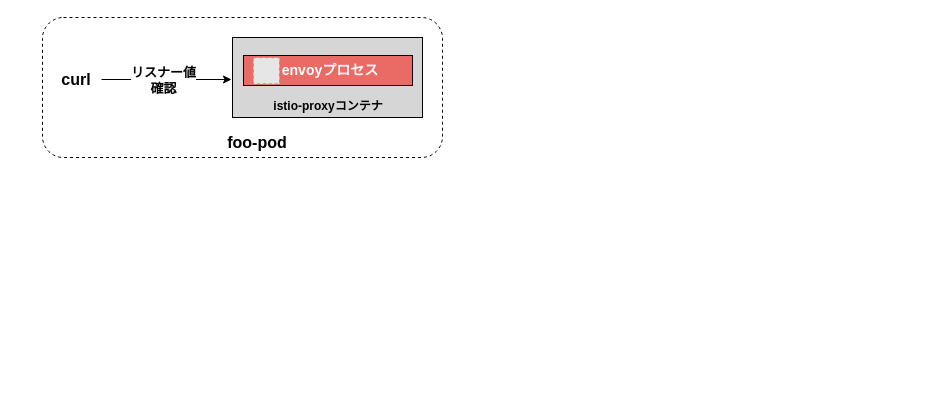
hiroki-it/tech-notebook_old keeps this draw.io diagram as page "kubectl-exec" (13 of 13) of images/drawio/istio/service-discovery_istio.drawio. Above is the earlier version. Source tidied: cells renumbered, new cells numbered last; positions are measured from the earlier drawing's top-left corner, leaving out a move shared by most shapes. Both pictures are drawn from the tidied source at 100%, with x=0, y=0 at pixel (42, 17). Pictures stored in the file or linked from it are replaced by grey dashed boxes.
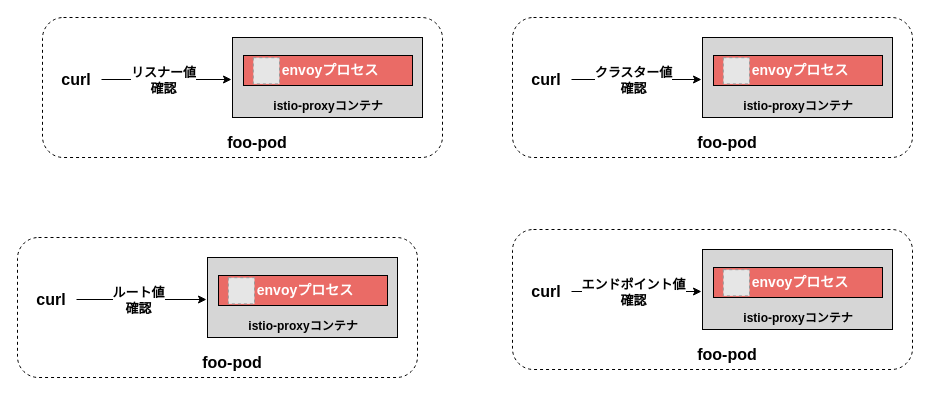
The same page after the edit.

Diff of the diagram source:
```diff
@@
+    <mxCell id="13" style="rounded=1;whiteSpace=wrap;html=1;fillColor=none;dashed=1;" parent="1" vertex="1">
+      <mxGeometry x="-25" y="220" width="400" height="140" as="geometry" />
+    </mxCell>
+    <mxCell id="14" style="rounded=0;whiteSpace=wrap;html=1;fillColor=#D6D6D6;" parent="1" vertex="1">
+      <mxGeometry x="165" y="240" width="190" height="80" as="geometry" />
+    </mxCell>
+    <mxCell id="15" value="istio-proxyコンテナ" style="text;html=1;strokeColor=none;fillColor=none;align=center;verticalAlign=middle;whiteSpace=wrap;rounded=0;labelBackgroundColor=none;fontColor=#000000;fontStyle=1;" parent="1" vertex="1">
+      <mxGeometry x="200.5" y="300" width="120" height="18" as="geometry" />
+    </mxCell>
+    <mxCell id="16" value="&lt;b style=&quot;font-size: 16px;&quot;&gt;foo-pod&lt;/b&gt;" style="text;html=1;strokeColor=none;fillColor=none;align=center;verticalAlign=middle;whiteSpace=wrap;rounded=0;dashed=1;fontStyle=0;fontSize=16;" parent="1" vertex="1">
+      <mxGeometry x="155" y="330" width="70" height="30" as="geometry" />
+    </mxCell>
+    <mxCell id="17" style="endArrow=classic;html=1;rounded=0;fontSize=15;fontStyle=1;exitX=1;exitY=0.5;exitDx=0;exitDy=0;" parent="1" edge="1" source="19">
+      <mxGeometry relative="1" as="geometry">
+        <mxPoint x="164" y="282" as="targetPoint" />
+      </mxGeometry>
+    </mxCell>
+    <mxCell id="18" value="ルート値&lt;br style=&quot;font-size: 13px;&quot;&gt;確認" style="edgeLabel;html=1;align=center;verticalAlign=middle;fontSize=13;fontStyle=1;" parent="17" vertex="1">
+      <mxGeometry x="-0.27" y="-1" relative="1" as="geometry">
+        <mxPoint x="14" y="-1" as="offset" />
+      </mxGeometry>
+    </mxCell>
+    <mxCell id="19" value="&lt;b&gt;curl&lt;/b&gt;" style="text;html=1;strokeColor=none;fillColor=none;align=center;verticalAlign=middle;whiteSpace=wrap;rounded=0;dashed=1;fontStyle=0;fontSize=16;" parent="1" vertex="1">
+      <mxGeometry x="-16" y="267" width="50" height="30" as="geometry" />
+    </mxCell>
+    <mxCell id="20" style="group;" parent="1" vertex="1">
+      <mxGeometry x="176" y="258" width="169" height="30" as="geometry" />
+    </mxCell>
+    <mxCell id="21" style="rounded=0;whiteSpace=wrap;html=1;fillColor=#EA6B66;fontColor=#000000;strokeColor=#000000;" parent="20" vertex="1">
+      <mxGeometry width="169" height="30" as="geometry" />
+    </mxCell>
+    <mxCell id="22" style="fillColor=#E6E6E6;strokeColor=#999999;dashed=1;" parent="20" vertex="1">
+      <mxGeometry x="9.8" y="2.2" width="26.2" height="26.2" as="geometry" />
+    </mxCell>
+    <mxCell id="23" value="&lt;font color=&quot;#ffffff&quot; style=&quot;font-size: 14px;&quot;&gt;envoyプロセス&lt;/font&gt;" style="text;html=1;strokeColor=none;fillColor=none;align=center;verticalAlign=middle;whiteSpace=wrap;rounded=0;labelBackgroundColor=none;fontColor=#000000;fontStyle=1;fontSize=14;" parent="20" vertex="1">
+      <mxGeometry x="36" width="101.8" height="30" as="geometry" />
+    </mxCell>
+    <mxCell id="24" style="rounded=1;whiteSpace=wrap;html=1;fillColor=none;dashed=1;" parent="1" vertex="1">
+      <mxGeometry x="470" width="400" height="140" as="geometry" />
+    </mxCell>
+    <mxCell id="25" style="rounded=0;whiteSpace=wrap;html=1;fillColor=#D6D6D6;" parent="1" vertex="1">
+      <mxGeometry x="660" y="20" width="190" height="80" as="geometry" />
+    </mxCell>
+    <mxCell id="26" value="istio-proxyコンテナ" style="text;html=1;strokeColor=none;fillColor=none;align=center;verticalAlign=middle;whiteSpace=wrap;rounded=0;labelBackgroundColor=none;fontColor=#000000;fontStyle=1;" parent="1" vertex="1">
+      <mxGeometry x="695.5" y="80" width="120" height="18" as="geometry" />
+    </mxCell>
+    <mxCell id="27" value="&lt;b style=&quot;font-size: 16px;&quot;&gt;foo-pod&lt;/b&gt;" style="text;html=1;strokeColor=none;fillColor=none;align=center;verticalAlign=middle;whiteSpace=wrap;rounded=0;dashed=1;fontStyle=0;fontSize=16;" parent="1" vertex="1">
+      <mxGeometry x="650" y="110" width="70" height="30" as="geometry" />
+    </mxCell>
+    <mxCell id="28" style="endArrow=classic;html=1;rounded=0;fontSize=15;fontStyle=1;exitX=1;exitY=0.5;exitDx=0;exitDy=0;" parent="1" edge="1" source="30">
+      <mxGeometry relative="1" as="geometry">
+        <mxPoint x="659" y="62" as="targetPoint" />
+      </mxGeometry>
+    </mxCell>
+    <mxCell id="29" value="クラスター値&lt;br style=&quot;font-size: 13px;&quot;&gt;確認" style="edgeLabel;html=1;align=center;verticalAlign=middle;fontSize=13;fontStyle=1;" parent="28" vertex="1">
+      <mxGeometry x="-0.27" y="-1" relative="1" as="geometry">
+        <mxPoint x="14" y="-1" as="offset" />
+      </mxGeometry>
+    </mxCell>
+    <mxCell id="30" value="&lt;b&gt;curl&lt;/b&gt;" style="text;html=1;strokeColor=none;fillColor=none;align=center;verticalAlign=middle;whiteSpace=wrap;rounded=0;dashed=1;fontStyle=0;fontSize=16;" parent="1" vertex="1">
+      <mxGeometry x="479" y="47" width="50" height="30" as="geometry" />
+    </mxCell>
+    <mxCell id="31" style="group;" parent="1" vertex="1">
+      <mxGeometry x="671" y="38" width="169" height="30" as="geometry" />
+    </mxCell>
+    <mxCell id="32" style="rounded=0;whiteSpace=wrap;html=1;fillColor=#EA6B66;fontColor=#000000;strokeColor=#000000;" parent="31" vertex="1">
+      <mxGeometry width="169" height="30" as="geometry" />
+    </mxCell>
+    <mxCell id="33" style="fillColor=#E6E6E6;strokeColor=#999999;dashed=1;" parent="31" vertex="1">
+      <mxGeometry x="9.8" y="2.2" width="26.2" height="26.2" as="geometry" />
+    </mxCell>
+    <mxCell id="34" value="&lt;font color=&quot;#ffffff&quot; style=&quot;font-size: 14px;&quot;&gt;envoyプロセス&lt;/font&gt;" style="text;html=1;strokeColor=none;fillColor=none;align=center;verticalAlign=middle;whiteSpace=wrap;rounded=0;labelBackgroundColor=none;fontColor=#000000;fontStyle=1;fontSize=14;" parent="31" vertex="1">
+      <mxGeometry x="36" width="101.8" height="30" as="geometry" />
+    </mxCell>
+    <mxCell id="35" style="rounded=1;whiteSpace=wrap;html=1;fillColor=none;dashed=1;" parent="1" vertex="1">
+      <mxGeometry x="470" y="212" width="400" height="140" as="geometry" />
+    </mxCell>
+    <mxCell id="36" style="rounded=0;whiteSpace=wrap;html=1;fillColor=#D6D6D6;" parent="1" vertex="1">
+      <mxGeometry x="660" y="232" width="190" height="80" as="geometry" />
+    </mxCell>
+    <mxCell id="37" value="istio-proxyコンテナ" style="text;html=1;strokeColor=none;fillColor=none;align=center;verticalAlign=middle;whiteSpace=wrap;rounded=0;labelBackgroundColor=none;fontColor=#000000;fontStyle=1;" parent="1" vertex="1">
+      <mxGeometry x="695.5" y="292" width="120" height="18" as="geometry" />
+    </mxCell>
+    <mxCell id="38" value="&lt;b style=&quot;font-size: 16px;&quot;&gt;foo-pod&lt;/b&gt;" style="text;html=1;strokeColor=none;fillColor=none;align=center;verticalAlign=middle;whiteSpace=wrap;rounded=0;dashed=1;fontStyle=0;fontSize=16;" parent="1" vertex="1">
+      <mxGeometry x="650" y="322" width="70" height="30" as="geometry" />
+    </mxCell>
+    <mxCell id="39" style="endArrow=classic;html=1;rounded=0;fontSize=15;fontStyle=1;exitX=1;exitY=0.5;exitDx=0;exitDy=0;" parent="1" edge="1" source="41">
+      <mxGeometry relative="1" as="geometry">
+        <mxPoint x="659" y="274" as="targetPoint" />
+      </mxGeometry>
+    </mxCell>
+    <mxCell id="40" value="エンドポイント値&lt;br style=&quot;font-size: 13px;&quot;&gt;確認" style="edgeLabel;html=1;align=center;verticalAlign=middle;fontSize=13;fontStyle=1;" parent="39" vertex="1">
+      <mxGeometry x="-0.27" y="-1" relative="1" as="geometry">
+        <mxPoint x="14" y="-1" as="offset" />
+      </mxGeometry>
+    </mxCell>
+    <mxCell id="41" value="&lt;b&gt;curl&lt;/b&gt;" style="text;html=1;strokeColor=none;fillColor=none;align=center;verticalAlign=middle;whiteSpace=wrap;rounded=0;dashed=1;fontStyle=0;fontSize=16;" parent="1" vertex="1">
+      <mxGeometry x="479" y="259" width="50" height="30" as="geometry" />
+    </mxCell>
+    <mxCell id="42" style="group;" parent="1" vertex="1">
+      <mxGeometry x="671" y="250" width="169" height="30" as="geometry" />
+    </mxCell>
+    <mxCell id="43" style="rounded=0;whiteSpace=wrap;html=1;fillColor=#EA6B66;fontColor=#000000;strokeColor=#000000;" parent="42" vertex="1">
+      <mxGeometry width="169" height="30" as="geometry" />
+    </mxCell>
+    <mxCell id="44" style="fillColor=#E6E6E6;strokeColor=#999999;dashed=1;" parent="42" vertex="1">
+      <mxGeometry x="9.8" y="2.2" width="26.2" height="26.2" as="geometry" />
+    </mxCell>
+    <mxCell id="45" value="&lt;font color=&quot;#ffffff&quot; style=&quot;font-size: 14px;&quot;&gt;envoyプロセス&lt;/font&gt;" style="text;html=1;strokeColor=none;fillColor=none;align=center;verticalAlign=middle;whiteSpace=wrap;rounded=0;labelBackgroundColor=none;fontColor=#000000;fontStyle=1;fontSize=14;" parent="42" vertex="1">
+      <mxGeometry x="36" width="101.8" height="30" as="geometry" />
+    </mxCell>
```
